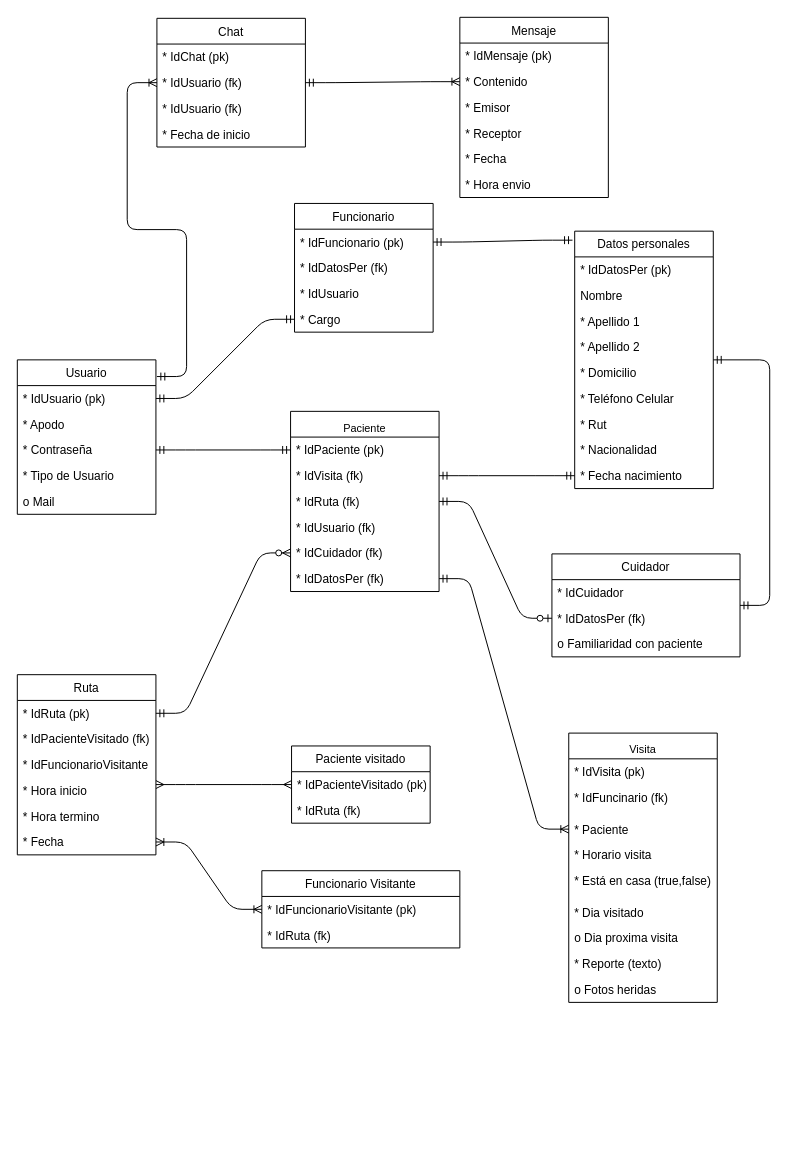
Above: Diagrama base de datos.drawio in Dev-Nico/HDG8 (draw.io), before the change. Source tidied: cells renumbered, new cells numbered last; positions are measured from the earlier drawing's top-left corner, leaving out a move shared by most shapes. Both pictures are drawn from the tidied source at 99%, with x=0, y=0 at pixel (17, 17).
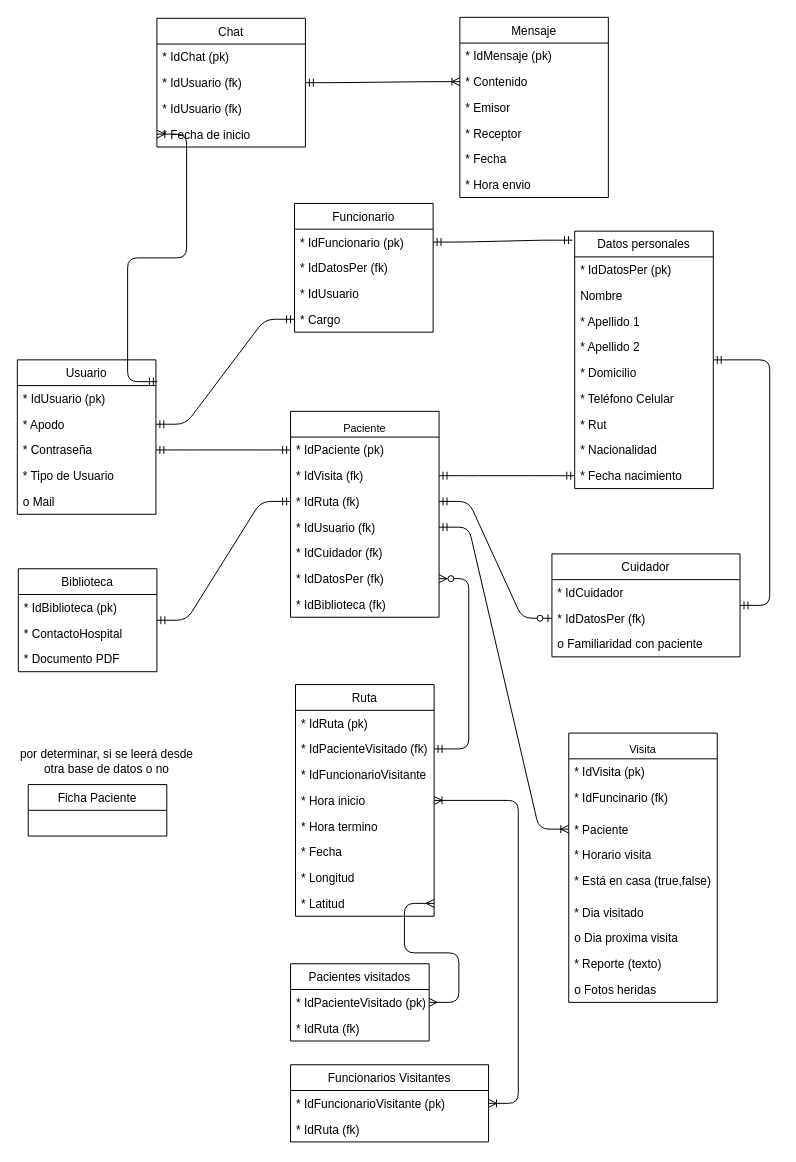
Above is the later version.

Commit message:
se agregaron los campos lalitud y longitud a la tabla ruta, ademas se agregó una tabla 'biblioteca' que es la documentacion que podrá ver el paciente

The change refers to these unchanged cells:
```xml
<mxCell id="5" value="* IdRuta (fk)" style="text;strokeColor=none;fillColor=none;align=left;verticalAlign=top;spacingLeft=4;spacingRight=4;overflow=hidden;points=[[0,0.5],[1,0.5]];portConstraint=eastwest;" parent="2" vertex="1">
  <mxGeometry y="78" width="150" height="26" as="geometry" />
</mxCell>
<mxCell id="6" value="* IdUsuario (fk)" style="text;strokeColor=none;fillColor=none;align=left;verticalAlign=top;spacingLeft=4;spacingRight=4;overflow=hidden;points=[[0,0.5],[1,0.5]];portConstraint=eastwest;" parent="2" vertex="1">
  <mxGeometry y="104" width="150" height="26" as="geometry" />
</mxCell>
<mxCell id="7" value="* IdCuidador (fk)" style="text;strokeColor=none;fillColor=none;align=left;verticalAlign=top;spacingLeft=4;spacingRight=4;overflow=hidden;points=[[0,0.5],[1,0.5]];portConstraint=eastwest;" parent="2" vertex="1">
  <mxGeometry y="130" width="150" height="26" as="geometry" />
</mxCell>
<mxCell id="8" value="* IdDatosPer (fk)" style="text;strokeColor=none;fillColor=none;align=left;verticalAlign=top;spacingLeft=4;spacingRight=4;overflow=hidden;points=[[0,0.5],[1,0.5]];portConstraint=eastwest;" parent="2" vertex="1">
  <mxGeometry y="156" width="150" height="26" as="geometry" />
</mxCell>
<mxCell id="13" value="* Cargo" style="text;strokeColor=none;fillColor=none;align=left;verticalAlign=top;spacingLeft=4;spacingRight=4;overflow=hidden;points=[[0,0.5],[1,0.5]];portConstraint=eastwest;" parent="9" vertex="1">
  <mxGeometry y="104" width="140" height="26" as="geometry" />
</mxCell>
<mxCell id="17" value="* Paciente" style="text;strokeColor=none;fillColor=none;align=left;verticalAlign=top;spacingLeft=4;spacingRight=4;overflow=hidden;points=[[0,0.5],[1,0.5]];portConstraint=eastwest;" parent="14" vertex="1">
  <mxGeometry y="84" width="150" height="26" as="geometry" />
</mxCell>
<mxCell id="25" value="* IdRuta (pk)" style="text;strokeColor=none;fillColor=none;align=left;verticalAlign=top;spacingLeft=4;spacingRight=4;overflow=hidden;points=[[0,0.5],[1,0.5]];portConstraint=eastwest;" parent="24" vertex="1">
  <mxGeometry y="26" width="140" height="26" as="geometry" />
</mxCell>
<mxCell id="26" value="* IdPacienteVisitado (fk)" style="text;strokeColor=none;fillColor=none;align=left;verticalAlign=top;spacingLeft=4;spacingRight=4;overflow=hidden;points=[[0,0.5],[1,0.5]];portConstraint=eastwest;" parent="24" vertex="1">
  <mxGeometry y="52" width="140" height="26" as="geometry" />
</mxCell>
<mxCell id="28" value="* Hora inicio" style="text;strokeColor=none;fillColor=none;align=left;verticalAlign=top;spacingLeft=4;spacingRight=4;overflow=hidden;points=[[0,0.5],[1,0.5]];portConstraint=eastwest;" parent="24" vertex="1">
  <mxGeometry y="104" width="140" height="26" as="geometry" />
</mxCell>
<mxCell id="30" value="* Fecha" style="text;strokeColor=none;fillColor=none;align=left;verticalAlign=top;spacingLeft=4;spacingRight=4;overflow=hidden;points=[[0,0.5],[1,0.5]];portConstraint=eastwest;" parent="24" vertex="1">
  <mxGeometry y="156" width="140" height="26" as="geometry" />
</mxCell>
<mxCell id="32" value="Usuario" style="swimlane;fontStyle=0;horizontal=1;startSize=26;fillColor=none;" parent="1" vertex="1">
  <mxGeometry y="346" width="140" height="156" as="geometry" />
</mxCell>
<mxCell id="33" value="* IdUsuario (pk)" style="text;strokeColor=none;fillColor=none;align=left;verticalAlign=top;spacingLeft=4;spacingRight=4;overflow=hidden;points=[[0,0.5],[1,0.5]];portConstraint=eastwest;" parent="32" vertex="1">
  <mxGeometry y="26" width="140" height="26" as="geometry" />
</mxCell>
<mxCell id="34" value="* Apodo" style="text;strokeColor=none;fillColor=none;align=left;verticalAlign=top;spacingLeft=4;spacingRight=4;overflow=hidden;points=[[0,0.5],[1,0.5]];portConstraint=eastwest;" parent="32" vertex="1">
  <mxGeometry y="52" width="140" height="26" as="geometry" />
</mxCell>
<mxCell id="47" value="* IdPacienteVisitado (pk)" style="text;strokeColor=none;fillColor=none;align=left;verticalAlign=top;spacingLeft=4;spacingRight=4;overflow=hidden;points=[[0,0.5],[1,0.5]];portConstraint=eastwest;" parent="46" vertex="1">
  <mxGeometry y="26" width="140" height="26" as="geometry" />
</mxCell>
<mxCell id="68" value="* IdUsuario (fk)" style="text;strokeColor=none;fillColor=none;align=left;verticalAlign=top;spacingLeft=4;spacingRight=4;overflow=hidden;points=[[0,0.5],[1,0.5]];portConstraint=eastwest;" parent="66" vertex="1">
  <mxGeometry y="52" width="150" height="26" as="geometry" />
</mxCell>
<mxCell id="70" value="* Fecha de inicio" style="text;strokeColor=none;fillColor=none;align=left;verticalAlign=top;spacingLeft=4;spacingRight=4;overflow=hidden;points=[[0,0.5],[1,0.5]];portConstraint=eastwest;" parent="66" vertex="1">
  <mxGeometry y="104" width="150" height="26" as="geometry" />
</mxCell>
```

The edit, as a diff of the source:
```diff
@@
     <mxCell id="2" value="Paciente" style="swimlane;fontStyle=0;horizontal=1;startSize=26;fillColor=none;verticalAlign=bottom;fontSize=11;" parent="1" vertex="1">
-      <mxGeometry x="276" y="398" width="150" height="182" as="geometry" />
+      <mxGeometry x="276" y="398" width="150" height="208" as="geometry" />
     </mxCell>
@@
+    <mxCell id="81" value="* IdBiblioteca (fk)" style="text;strokeColor=none;fillColor=none;align=left;verticalAlign=top;spacingLeft=4;spacingRight=4;overflow=hidden;" parent="2" vertex="1">
+      <mxGeometry y="182" width="150" height="26" as="geometry" />
+    </mxCell>
@@
     <mxCell id="24" value="Ruta" style="swimlane;fontStyle=0;horizontal=1;startSize=26;fillColor=none;" parent="1" vertex="1">
-      <mxGeometry y="664" width="140" height="182" as="geometry" />
+      <mxGeometry x="281" y="674" width="140" height="234" as="geometry" />
     </mxCell>
@@
+    <mxCell id="82" value="* Longitud" style="text;strokeColor=none;fillColor=none;align=left;verticalAlign=top;spacingLeft=4;spacingRight=4;overflow=hidden;" parent="24" vertex="1">
+      <mxGeometry y="182" width="140" height="26" as="geometry" />
+    </mxCell>
+    <mxCell id="83" value="* Latitud" style="text;strokeColor=none;fillColor=none;align=left;verticalAlign=top;spacingLeft=4;spacingRight=4;overflow=hidden;points=[[0,0.5],[1,0.5]];portConstraint=eastwest;" parent="24" vertex="1">
+      <mxGeometry y="208" width="140" height="26" as="geometry" />
+    </mxCell>
-    <mxCell id="31" style="edgeStyle=entityRelationEdgeStyle;jettySize=auto;html=1;entryX=0;entryY=0.5;entryDx=0;entryDy=0;startArrow=ERmandOne;startFill=0;endArrow=ERoneToMany;endFill=0;strokeColor=#000000;rounded=1;exitX=1.007;exitY=0.108;exitDx=0;exitDy=0;exitPerimeter=0;" parent="1" edge="1" source="32" target="68">
+    <mxCell id="31" style="edgeStyle=entityRelationEdgeStyle;jettySize=auto;html=1;entryX=0;entryY=0.5;entryDx=0;entryDy=0;startArrow=ERmandOne;startFill=0;endArrow=ERoneToMany;endFill=0;strokeColor=#000000;rounded=1;exitX=1.01;exitY=0.141;exitDx=0;exitDy=0;exitPerimeter=0;" parent="1" edge="1" source="32" target="70">
       <mxGeometry relative="1" as="geometry" />
     </mxCell>
@@
-    <mxCell id="42" style="edgeStyle=entityRelationEdgeStyle;fontSize=12;html=1;endArrow=ERmandOne;startArrow=ERmandOne;" parent="1" edge="1" source="13" target="33">
+    <mxCell id="42" style="edgeStyle=entityRelationEdgeStyle;fontSize=12;html=1;endArrow=ERmandOne;startArrow=ERmandOne;" parent="1" edge="1" source="13" target="34">
       <mxGeometry relative="1" as="geometry" />
     </mxCell>
@@
-    <mxCell id="45" style="edgeStyle=entityRelationEdgeStyle;fontSize=12;html=1;endArrow=ERoneToMany;startArrow=ERmandOne;exitX=1;exitY=0.5;exitDx=0;exitDy=0;entryX=0;entryY=0.5;entryDx=0;entryDy=0;" parent="1" edge="1" source="8" target="17">
+    <mxCell id="45" style="edgeStyle=entityRelationEdgeStyle;fontSize=12;html=1;endArrow=ERoneToMany;startArrow=ERmandOne;exitX=1;exitY=0.5;exitDx=0;exitDy=0;entryX=0;entryY=0.5;entryDx=0;entryDy=0;" parent="1" edge="1" source="6" target="17">
       <mxGeometry relative="1" as="geometry" />
     </mxCell>
-    <mxCell id="46" value="Paciente visitado" style="swimlane;fontStyle=0;horizontal=1;startSize=26;fillColor=none;" parent="1" vertex="1">
-      <mxGeometry x="277" y="736" width="140" height="78" as="geometry" />
+    <mxCell id="46" value="Pacientes visitados" style="swimlane;fontStyle=0;horizontal=1;startSize=26;fillColor=none;" parent="1" vertex="1">
+      <mxGeometry x="276" y="956" width="140" height="78" as="geometry" />
     </mxCell>
@@
-    <mxCell id="49" style="edgeStyle=entityRelationEdgeStyle;fontSize=12;html=1;endArrow=ERzeroToMany;startArrow=ERmandOne;entryX=0;entryY=0.5;entryDx=0;entryDy=0;" parent="1" edge="1" source="25" target="7">
+    <mxCell id="49" style="edgeStyle=entityRelationEdgeStyle;fontSize=12;html=1;endArrow=ERzeroToMany;startArrow=ERmandOne;exitX=1;exitY=0.5;exitDx=0;exitDy=0;" parent="1" edge="1" source="26" target="8">
       <mxGeometry relative="1" as="geometry" />
     </mxCell>
-    <mxCell id="50" value="Funcionario Visitante" style="swimlane;fontStyle=0;horizontal=1;startSize=26;fillColor=none;" parent="1" vertex="1">
-      <mxGeometry x="247" y="862" width="200" height="78" as="geometry" />
+    <mxCell id="50" value="Funcionarios Visitantes" style="swimlane;fontStyle=0;horizontal=1;startSize=26;fillColor=none;" parent="1" vertex="1">
+      <mxGeometry x="276" y="1058" width="200" height="78" as="geometry" />
     </mxCell>
@@
-    <mxCell id="53" style="edgeStyle=entityRelationEdgeStyle;fontSize=12;html=1;endArrow=ERmany;startArrow=ERmany;strokeColor=#000000;entryX=0;entryY=0.5;entryDx=0;entryDy=0;exitX=1;exitY=0.269;exitDx=0;exitDy=0;exitPerimeter=0;" parent="1" edge="1" source="28" target="47">
+    <mxCell id="53" style="edgeStyle=entityRelationEdgeStyle;fontSize=12;html=1;endArrow=ERmany;startArrow=ERmany;strokeColor=#000000;exitX=1;exitY=0.5;exitDx=0;exitDy=0;" parent="1" edge="1" source="83" target="47">
       <mxGeometry relative="1" as="geometry" />
     </mxCell>
-    <mxCell id="54" style="edgeStyle=entityRelationEdgeStyle;fontSize=12;html=1;endArrow=ERoneToMany;startArrow=ERoneToMany;strokeColor=#000000;" parent="1" edge="1" source="30" target="50">
+    <mxCell id="54" style="edgeStyle=entityRelationEdgeStyle;fontSize=12;html=1;endArrow=ERoneToMany;startArrow=ERoneToMany;strokeColor=#000000;" parent="1" edge="1" source="24" target="50">
       <mxGeometry relative="1" as="geometry" />
     </mxCell>
@@
+    <mxCell id="84" value="Biblioteca" style="swimlane;fontStyle=0;horizontal=1;startSize=26;fillColor=none;" parent="1" vertex="1">
+      <mxGeometry x="1" y="557" width="140" height="104" as="geometry" />
+    </mxCell>
+    <mxCell id="85" value="* IdBiblioteca (pk)" style="text;strokeColor=none;fillColor=none;align=left;verticalAlign=top;spacingLeft=4;spacingRight=4;overflow=hidden;" parent="84" vertex="1">
+      <mxGeometry y="26" width="140" height="26" as="geometry" />
+    </mxCell>
+    <mxCell id="86" value="* ContactoHospital" style="text;strokeColor=none;fillColor=none;align=left;verticalAlign=top;spacingLeft=4;spacingRight=4;overflow=hidden;" parent="84" vertex="1">
+      <mxGeometry y="52" width="140" height="26" as="geometry" />
+    </mxCell>
+    <mxCell id="87" value="* Documento PDF" style="text;strokeColor=none;fillColor=none;align=left;verticalAlign=top;spacingLeft=4;spacingRight=4;overflow=hidden;" parent="84" vertex="1">
+      <mxGeometry y="78" width="140" height="26" as="geometry" />
+    </mxCell>
+    <mxCell id="88" style="edgeStyle=entityRelationEdgeStyle;fontSize=12;html=1;endArrow=ERmandOne;startArrow=ERmandOne;entryX=0;entryY=0.5;entryDx=0;entryDy=0;" parent="1" edge="1" source="84" target="5">
+      <mxGeometry relative="1" as="geometry" />
+    </mxCell>
+    <mxCell id="89" value="Ficha Paciente" style="swimlane;fontStyle=0;horizontal=1;startSize=26;fillColor=none;" parent="1" vertex="1">
+      <mxGeometry x="11" y="775" width="140" height="52" as="geometry" />
+    </mxCell>
+    <mxCell id="90" value="por determinar, si se leerá desde otra base de datos o no" style="text;html=1;strokeColor=none;fillColor=none;align=center;verticalAlign=middle;whiteSpace=wrap;rounded=0;" parent="1" vertex="1">
+      <mxGeometry x="1" y="742" width="179" height="20" as="geometry" />
+    </mxCell>
```
